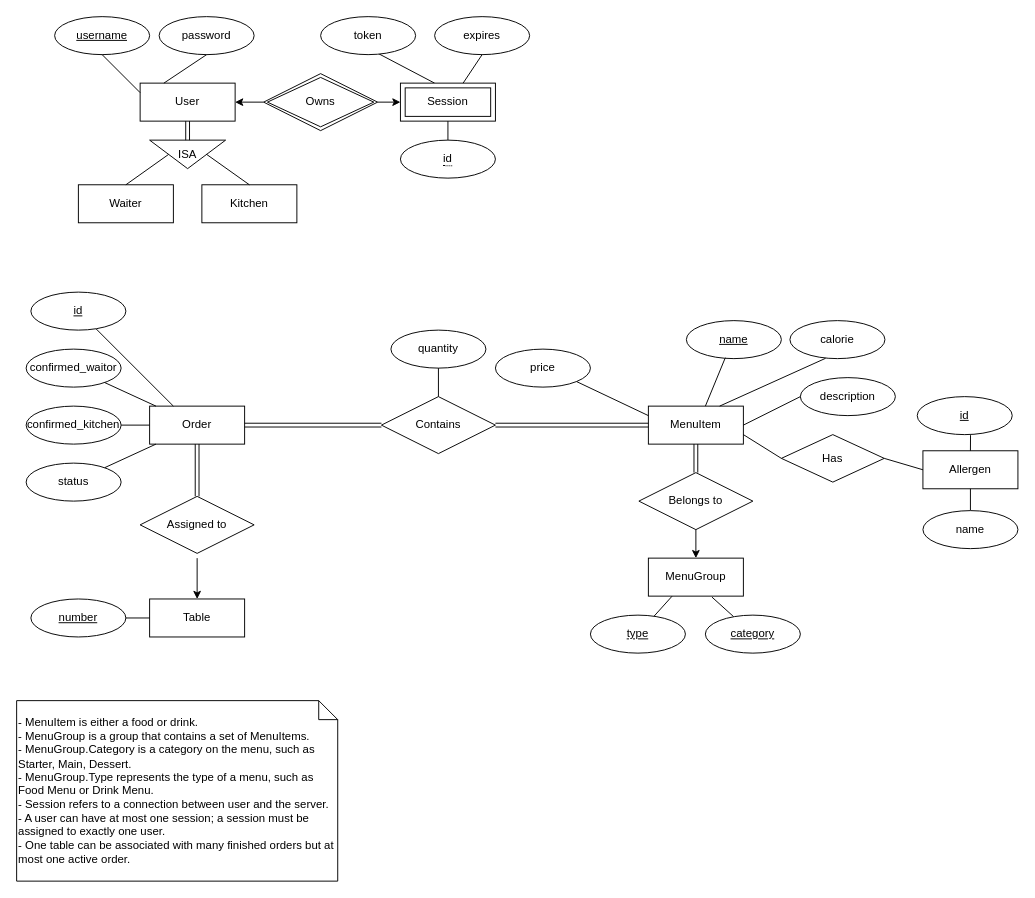
This is doc/backend/database-design/ER-diagram.drawio from Spencer-Georgiou/Uni-Y2-Team, a draw.io file, before an edit. Source tidied: cells renumbered, new cells numbered last; positions are measured from the earlier drawing's top-left corner, leaving out a move shared by most shapes. Both pictures are drawn from the tidied source at 95%, with x=0, y=0 at pixel (16, 16).
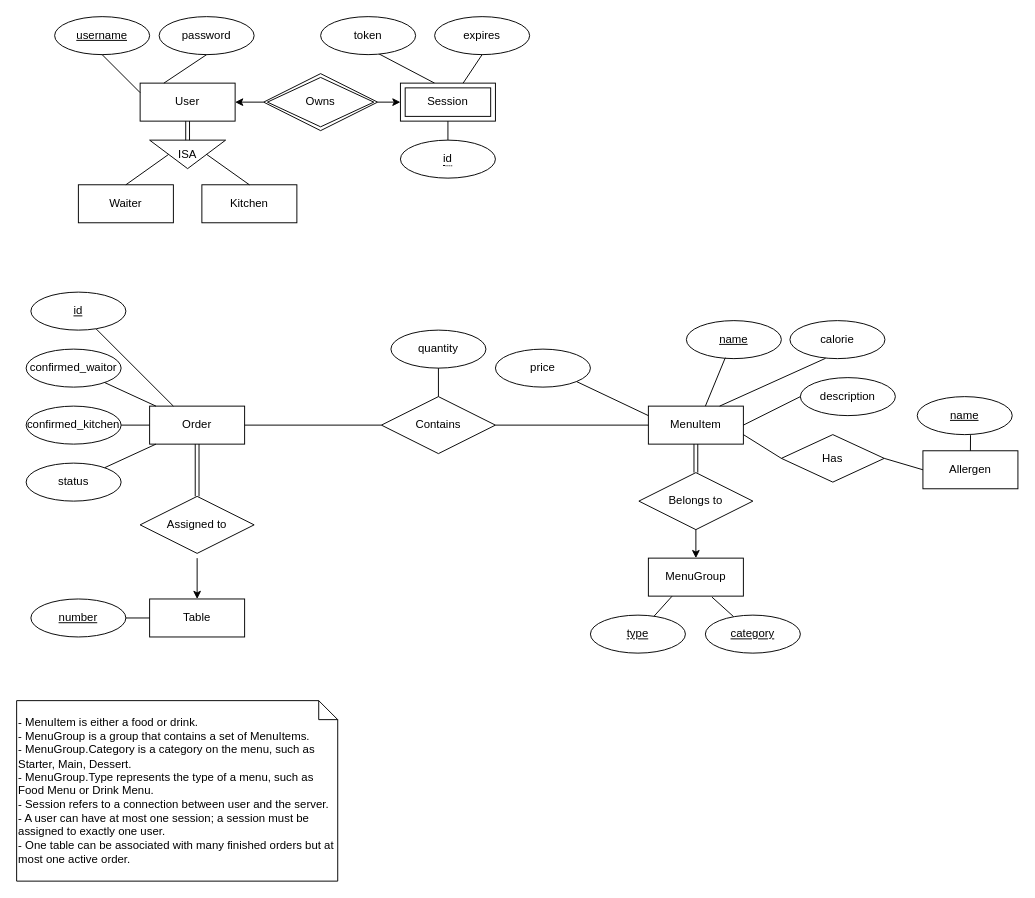
The same page after the edit.

Unchanged cells that the change refers to:
```xml
<mxCell id="11" value="&lt;div style=&quot;text-align: start;&quot;&gt;MenuItem&lt;/div&gt;" style="whiteSpace=wrap;html=1;align=center;rounded=0;shadow=0;sketch=0;strokeColor=default;" parent="1" vertex="1">
  <mxGeometry x="665" y="410" width="100" height="40" as="geometry" />
</mxCell>
<mxCell id="22" value="Allergen" style="whiteSpace=wrap;html=1;align=center;" parent="1" vertex="1">
  <mxGeometry x="954" y="457" width="100" height="40" as="geometry" />
</mxCell>
<mxCell id="43" value="Order" style="whiteSpace=wrap;html=1;align=center;" parent="1" vertex="1">
  <mxGeometry x="140" y="410" width="100" height="40" as="geometry" />
</mxCell>
<mxCell id="46" value="Contains" style="shape=rhombus;perimeter=rhombusPerimeter;whiteSpace=wrap;html=1;align=center;" parent="1" vertex="1">
  <mxGeometry x="384" y="400" width="120" height="60" as="geometry" />
</mxCell>
```

Diff of the diagram source:
```diff
@@
-    <mxCell id="34" value="id" style="ellipse;whiteSpace=wrap;html=1;align=center;fontStyle=4;" parent="1" vertex="1">
+    <mxCell id="34" value="name" style="ellipse;whiteSpace=wrap;html=1;align=center;fontStyle=4;" parent="1" vertex="1">
       <mxGeometry x="948" y="400" width="100" height="40" as="geometry" />
     </mxCell>
@@
-    <mxCell id="38" style="edgeStyle=none;html=1;endArrow=none;endFill=0;" parent="1" edge="1" source="39" target="22">
-      <mxGeometry relative="1" as="geometry" />
-    </mxCell>
-    <mxCell id="39" value="name" style="ellipse;whiteSpace=wrap;html=1;align=center;" parent="1" vertex="1">
-      <mxGeometry x="954" y="520" width="100" height="40" as="geometry" />
-    </mxCell>
@@
-    <mxCell id="44" style="edgeStyle=none;html=1;exitX=0;exitY=0.5;exitDx=0;exitDy=0;endArrow=none;endFill=0;shape=link;" parent="1" edge="1" source="46" target="43">
+    <mxCell id="44" style="edgeStyle=none;html=1;exitX=0;exitY=0.5;exitDx=0;exitDy=0;endArrow=none;endFill=0;" parent="1" edge="1" source="46" target="43">
       <mxGeometry relative="1" as="geometry" />
     </mxCell>
-    <mxCell id="45" style="edgeStyle=none;html=1;exitX=1;exitY=0.5;exitDx=0;exitDy=0;endArrow=none;endFill=0;entryX=0;entryY=0.5;entryDx=0;entryDy=0;shape=link;" parent="1" edge="1" source="46" target="11">
+    <mxCell id="45" style="edgeStyle=none;html=1;exitX=1;exitY=0.5;exitDx=0;exitDy=0;endArrow=none;endFill=0;entryX=0;entryY=0.5;entryDx=0;entryDy=0;" parent="1" edge="1" source="46" target="11">
       <mxGeometry relative="1" as="geometry" />
     </mxCell>
```
